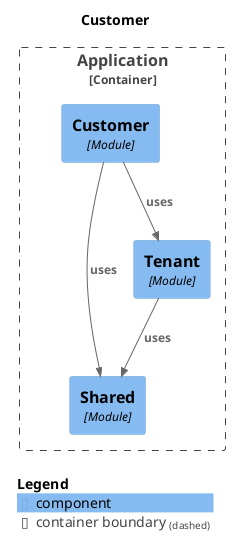
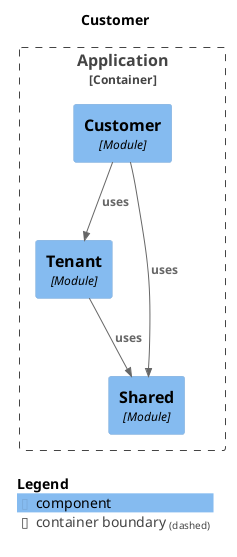
@startuml
set separator none
title Customer

top to bottom direction

!include <C4/C4>
!include <C4/C4_Context>
!include <C4/C4_Component>

Container_Boundary("Application.Application_boundary", "Application", $tags="") {
+   Component(Application.Application.Tenant, "Tenant", $techn="Module", $descr="", $tags="", $link="")
  Component(Application.Application.Customer, "Customer", $techn="Module", $descr="", $tags="", $link="")
  Component(Application.Application.Shared, "Shared", $techn="Module", $descr="", $tags="", $link="")
-   Component(Application.Application.Tenant, "Tenant", $techn="Module", $descr="", $tags="", $link="")
}

- Rel(Application.Application.Tenant, Application.Application.Shared, "uses", $techn="", $tags="", $link="")
Rel(Application.Application.Customer, Application.Application.Shared, "uses", $techn="", $tags="", $link="")
Rel(Application.Application.Customer, Application.Application.Tenant, "uses", $techn="", $tags="", $link="")
+ Rel(Application.Application.Tenant, Application.Application.Shared, "uses", $techn="", $tags="", $link="")

SHOW_LEGEND(true)
@enduml